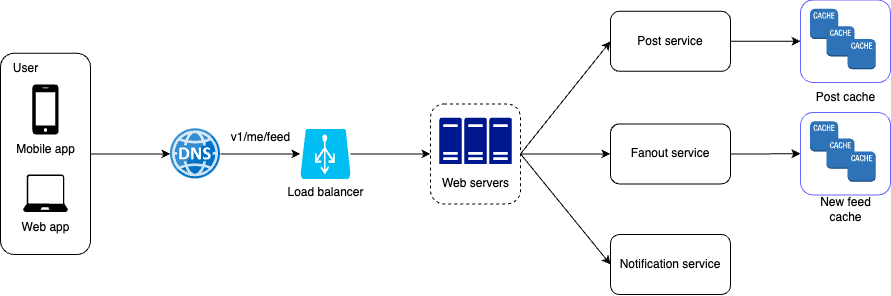
The draw.io diagram new-feed-system/images/high-level-design-feed-publishing.png in bachhm-dev/solution-architect, before a commit. Source tidied: cells renumbered, new cells last; positions are measured from the earlier drawing's top-left corner, leaving out a move shared by most shapes.
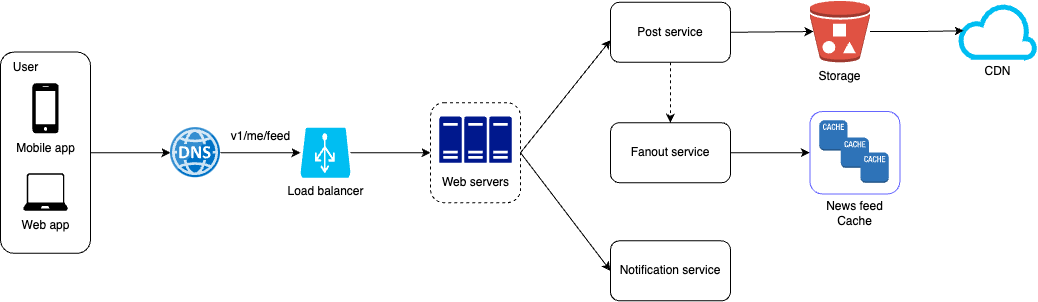
The same diagram one commit later.

Commit message:
News feed system

The edit, as a diff of the source:
```diff
@@ -38,12 +38,11 @@
     <mxCell id="13" value="v1/me/feed" style="text;html=1;align=center;verticalAlign=middle;strokeColor=none;fillColor=none;" parent="1" vertex="1">
       <mxGeometry x="220" y="122" width="80" height="30" as="geometry" />
     </mxCell>
-    <mxCell id="14" style="rounded=0;jettySize=auto;html=1;exitX=1;exitY=0.5;exitDx=0;exitDy=0;entryX=0;entryY=0.5;entryDx=0;entryDy=0;" parent="1" edge="1" source="17" target="21">
-      <mxGeometry relative="1" as="geometry" />
+    <mxCell id="14" style="rounded=0;jettySize=auto;html=1;exitX=1;exitY=0.5;exitDx=0;exitDy=0;entryX=0;entryY=0.5;entryDx=0;entryDy=0;" parent="1" edge="1" source="17">
+      <mxGeometry relative="1" as="geometry">
+        <mxPoint x="610" y="40.8" as="targetPoint" />
+      </mxGeometry>
     </mxCell>
-    <mxCell id="15" style="edgeStyle=orthogonalEdgeStyle;rounded=0;jettySize=auto;html=1;exitX=1;exitY=0.5;exitDx=0;exitDy=0;entryX=0;entryY=0.5;entryDx=0;entryDy=0;" parent="1" edge="1" source="17" target="28">
-      <mxGeometry relative="1" as="geometry" />
-    </mxCell>
     <mxCell id="16" style="rounded=0;jettySize=auto;html=1;exitX=1;exitY=0.5;exitDx=0;exitDy=0;entryX=0;entryY=0.5;entryDx=0;entryDy=0;" parent="1" edge="1" source="17" target="34">
       <mxGeometry relative="1" as="geometry" />
     </mxCell>
@@ -51,55 +50,52 @@
       <mxGeometry x="430" y="103.4" width="90" height="100" as="geometry" />
     </mxCell>
     <mxCell id="18" style="sketch=0;shadow=0;dashed=0;html=1;strokeColor=none;labelPosition=center;verticalLabelPosition=bottom;verticalAlign=top;align=center;fillColor=#00188D;shape=mxgraph.mscae.enterprise.server_farm;" parent="1" vertex="1">
-      <mxGeometry x="438.9" y="117.1" width="72.3" height="46.2" as="geometry" />
+      <mxGeometry x="438.9" y="117.2" width="72.3" height="46.2" as="geometry" />
     </mxCell>
     <mxCell id="19" value="Web servers" style="text;html=1;align=center;verticalAlign=middle;strokeColor=none;fillColor=none;" parent="1" vertex="1">
       <mxGeometry x="430" y="168.4" width="90" height="30" as="geometry" />
     </mxCell>
-    <mxCell id="20" style="edgeStyle=orthogonalEdgeStyle;rounded=0;jettySize=auto;html=1;entryX=0;entryY=0.5;entryDx=0;entryDy=0;" parent="1" edge="1" source="21" target="22">
-      <mxGeometry relative="1" as="geometry" />
-    </mxCell>
+    <mxCell id="35" style="rounded=0;jettySize=auto;html=1;exitX=1;exitY=0.5;exitDx=0;exitDy=0;entryX=0.06;entryY=0.5;entryDx=0;entryDy=0;entryPerimeter=0;" parent="1" edge="1" source="21" target="37">
+      <mxGeometry relative="1" as="geometry" />
+    </mxCell>
+    <mxCell id="36" style="edgeStyle=orthogonalEdgeStyle;rounded=0;jettySize=auto;html=1;dashed=1;" parent="1" edge="1" source="21" target="28">
+      <mxGeometry relative="1" as="geometry" />
+    </mxCell>
     <mxCell id="21" value="Post service" style="rounded=1;whiteSpace=wrap;html=1;" parent="1" vertex="1">
-      <mxGeometry x="610" y="10.8" width="120" height="60" as="geometry" />
+      <mxGeometry x="610" y="3" width="120" height="60" as="geometry" />
     </mxCell>
-    <mxCell id="22" style="rounded=1;whiteSpace=wrap;html=1;strokeColor=#6666FF;" parent="1" vertex="1">
-      <mxGeometry x="800" y="-0.4" width="90" height="82.4" as="geometry" />
-    </mxCell>
-    <mxCell id="23" style="dashed=0;verticalLabelPosition=bottom;verticalAlign=top;align=center;html=1;shape=mxgraph.aws3.cache_node;fillColor=#2E73B8;gradientColor=none;" parent="1" vertex="1">
-      <mxGeometry x="809.4" y="8.3" width="28.2" height="30.2" as="geometry" />
-    </mxCell>
-    <mxCell id="24" style="dashed=0;verticalLabelPosition=bottom;verticalAlign=top;align=center;html=1;shape=mxgraph.aws3.cache_node;fillColor=#2E73B8;gradientColor=none;" parent="1" vertex="1">
-      <mxGeometry x="825.9" y="25.7" width="28.2" height="30.2" as="geometry" />
-    </mxCell>
-    <mxCell id="25" style="dashed=0;verticalLabelPosition=bottom;verticalAlign=top;align=center;html=1;shape=mxgraph.aws3.cache_node;fillColor=#2E73B8;gradientColor=none;" parent="1" vertex="1">
-      <mxGeometry x="847.1" y="38.6" width="28.2" height="30.2" as="geometry" />
-    </mxCell>
-    <mxCell id="26" value="Post cache" style="text;html=1;align=center;verticalAlign=middle;strokeColor=none;fillColor=none;" parent="1" vertex="1">
-      <mxGeometry x="805" y="82" width="80" height="30" as="geometry" />
-    </mxCell>
-    <mxCell id="27" style="edgeStyle=orthogonalEdgeStyle;rounded=0;jettySize=auto;html=1;entryX=0;entryY=0.5;entryDx=0;entryDy=0;" parent="1" edge="1" source="28" target="29">
+    <mxCell id="27" style="edgeStyle=orthogonalEdgeStyle;rounded=0;jettySize=auto;html=1;exitX=1;exitY=0.5;exitDx=0;exitDy=0;entryX=0;entryY=0.5;entryDx=0;entryDy=0;" parent="1" edge="1" source="28" target="29">
       <mxGeometry relative="1" as="geometry" />
     </mxCell>
     <mxCell id="28" value="Fanout service" style="rounded=1;whiteSpace=wrap;html=1;" parent="1" vertex="1">
       <mxGeometry x="610" y="123.4" width="120" height="60" as="geometry" />
     </mxCell>
     <mxCell id="29" style="rounded=1;whiteSpace=wrap;html=1;strokeColor=#6666FF;" parent="1" vertex="1">
-      <mxGeometry x="800" y="112" width="90" height="82.4" as="geometry" />
+      <mxGeometry x="809.4" y="112.2" width="90" height="82.4" as="geometry" />
     </mxCell>
     <mxCell id="30" style="dashed=0;verticalLabelPosition=bottom;verticalAlign=top;align=center;html=1;shape=mxgraph.aws3.cache_node;fillColor=#2E73B8;gradientColor=none;" parent="1" vertex="1">
-      <mxGeometry x="809.4" y="120.8" width="28.2" height="30.2" as="geometry" />
+      <mxGeometry x="818.8" y="121" width="28.2" height="30.2" as="geometry" />
     </mxCell>
-    <mxCell id="31" style="dashed=0;verticalLabelPosition=bottom;verticalAlign=top;align=center;html=1;shape=mxgraph.aws3.cache_node;fillColor=#2E73B8;gradientColor=none;" parent="1" vertex="1">
-      <mxGeometry x="825.9" y="138.1" width="28.2" height="30.2" as="geometry" />
-    </mxCell>
-    <mxCell id="32" style="dashed=0;verticalLabelPosition=bottom;verticalAlign=top;align=center;html=1;shape=mxgraph.aws3.cache_node;fillColor=#2E73B8;gradientColor=none;" parent="1" vertex="1">
-      <mxGeometry x="847.1" y="151" width="28.2" height="30.2" as="geometry" />
-    </mxCell>
-    <mxCell id="33" value="New feed&lt;div&gt;cache&lt;/div&gt;" style="text;html=1;align=center;verticalAlign=middle;strokeColor=none;fillColor=none;" parent="1" vertex="1">
-      <mxGeometry x="810" y="189.4" width="70" height="40" as="geometry" />
-    </mxCell>
     <mxCell id="34" value="Notification service" style="rounded=1;whiteSpace=wrap;html=1;" parent="1" vertex="1">
-      <mxGeometry x="610" y="234" width="120" height="60" as="geometry" />
+      <mxGeometry x="610" y="241.5" width="120" height="60" as="geometry" />
     </mxCell>
+    <mxCell id="37" value="Storage" style="outlineConnect=0;dashed=0;verticalLabelPosition=bottom;verticalAlign=top;align=center;html=1;shape=mxgraph.aws3.bucket_with_objects;fillColor=#E05243;gradientColor=none;" parent="1" vertex="1">
+      <mxGeometry x="809.4" y="1.5" width="60" height="61.5" as="geometry" />
+    </mxCell>
+    <mxCell id="38" value="CDN" style="verticalLabelPosition=bottom;html=1;verticalAlign=top;align=center;strokeColor=#00BEF2;fillColor=default;shape=mxgraph.azure.cloud;fillStyle=solid;strokeWidth=5;" parent="1" vertex="1">
+      <mxGeometry x="959.4" y="4.9" width="75" height="53.1" as="geometry" />
+    </mxCell>
+    <mxCell id="39" style="edgeStyle=orthogonalEdgeStyle;rounded=0;jettySize=auto;html=1;entryX=0.05;entryY=0.5;entryDx=0;entryDy=0;entryPerimeter=0;" parent="1" edge="1" source="37" target="38">
+      <mxGeometry relative="1" as="geometry" />
+    </mxCell>
+    <mxCell id="40" style="dashed=0;verticalLabelPosition=bottom;verticalAlign=top;align=center;html=1;shape=mxgraph.aws3.cache_node;fillColor=#2E73B8;gradientColor=none;" parent="1" vertex="1">
+      <mxGeometry x="840.3" y="138.3" width="28.2" height="30.2" as="geometry" />
+    </mxCell>
+    <mxCell id="41" style="dashed=0;verticalLabelPosition=bottom;verticalAlign=top;align=center;html=1;shape=mxgraph.aws3.cache_node;fillColor=#2E73B8;gradientColor=none;" parent="1" vertex="1">
+      <mxGeometry x="860" y="153.2" width="28.2" height="30.2" as="geometry" />
+    </mxCell>
+    <mxCell id="42" value="News feed&lt;div&gt;Cache&lt;/div&gt;" style="text;html=1;align=center;verticalAlign=middle;strokeColor=none;fillColor=none;" parent="1" vertex="1">
+      <mxGeometry x="814.4" y="194.6" width="80" height="40" as="geometry" />
+    </mxCell>
   </root>
 </mxGraphModel>
```
